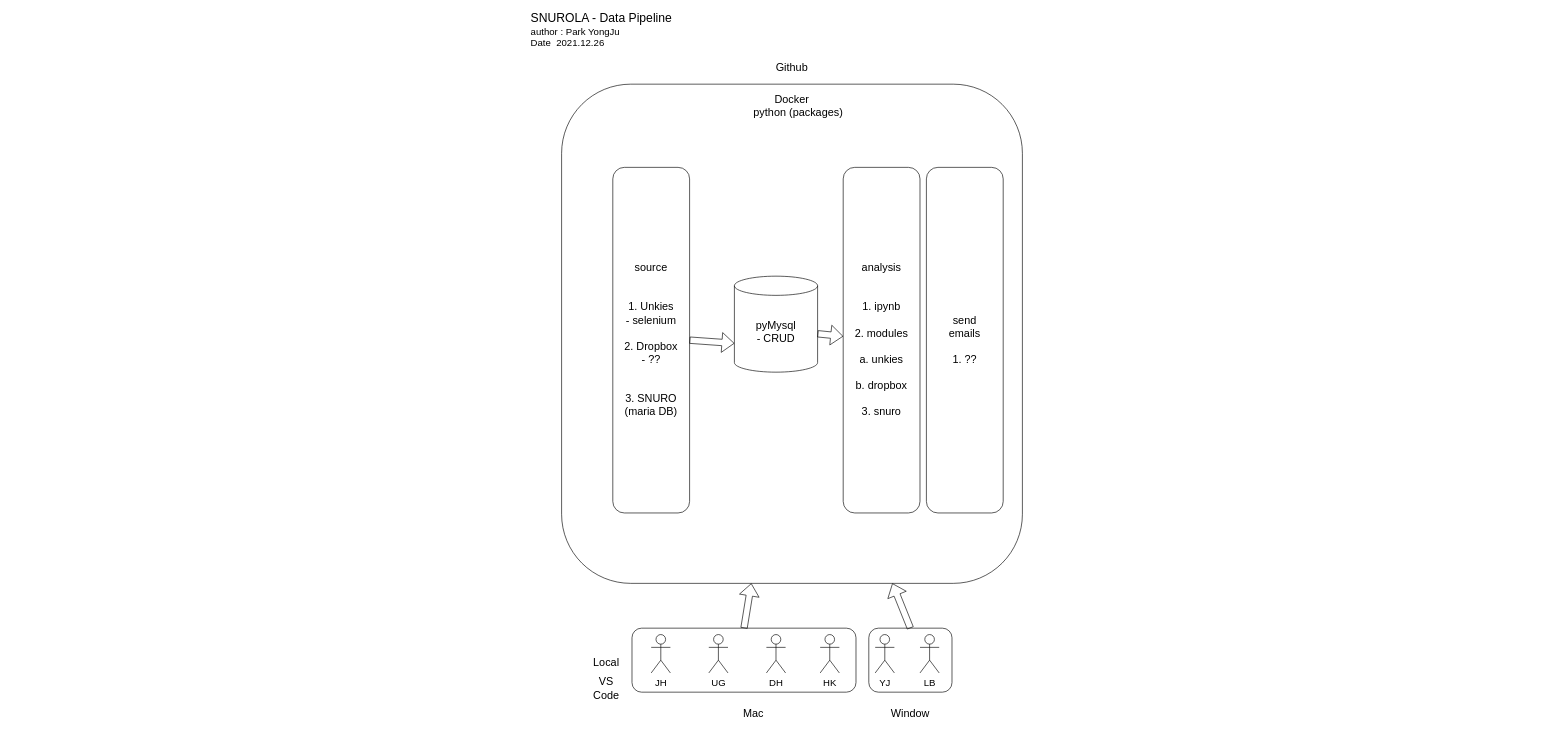
Before: Untitled Diagram.drawio in tomatozoo/DataStructure_2021_winter, a draw.io diagram. Source tidied: cells renumbered, new cells numbered last; positions are measured from the earlier drawing's top-left corner, leaving out a move shared by most shapes. Both pictures are drawn from the tidied source at 64%, with x=0, y=0 at pixel (529, 20).
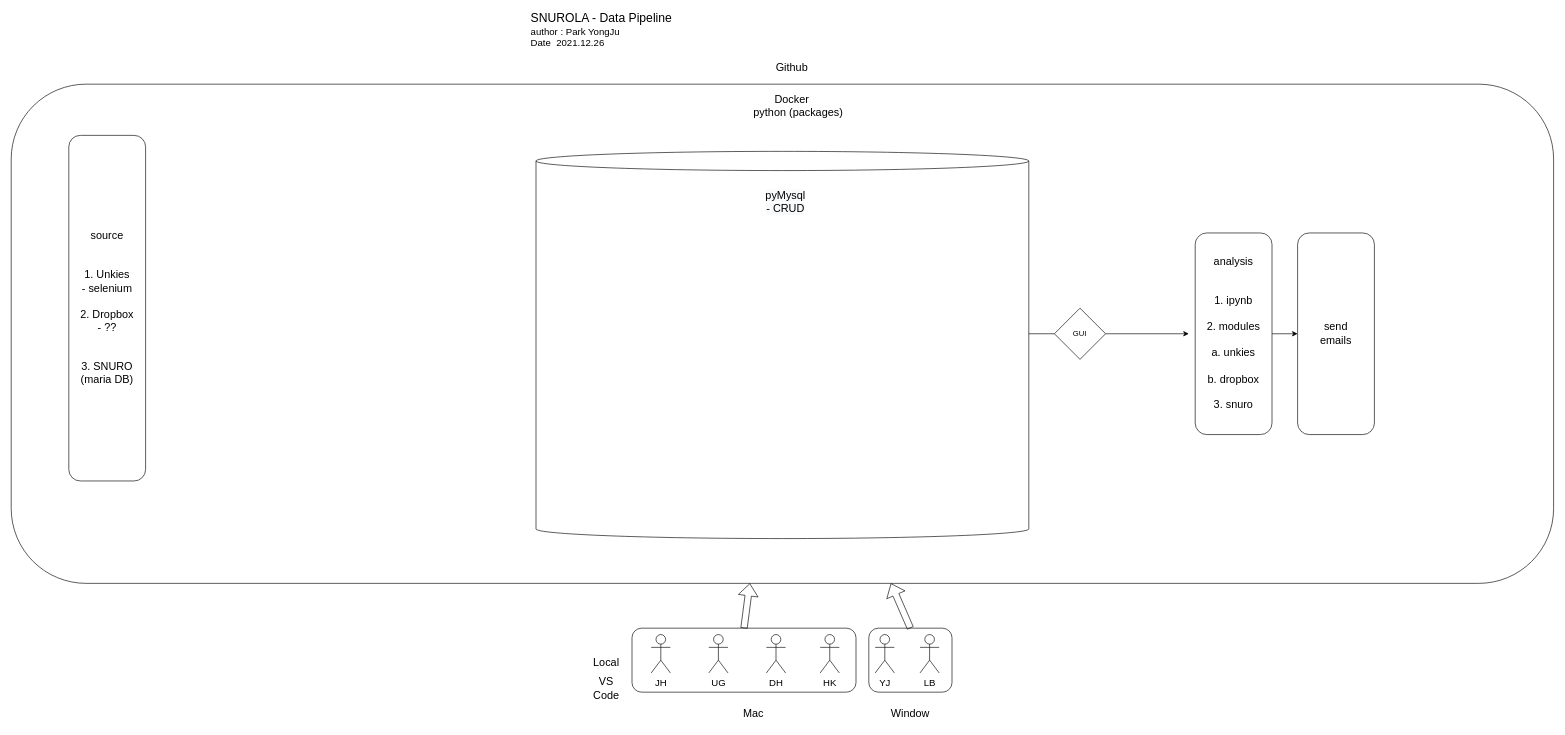
The same diagram, later.

Diff of the diagram source:
```diff
@@
     <mxCell id="14" style="rounded=1;whiteSpace=wrap;html=1;fontSize=17;fillColor=none;" parent="1" vertex="1">
-      <mxGeometry x="50" y="100" width="720" height="780" as="geometry" />
+      <mxGeometry x="-810" y="100" width="2410" height="780" as="geometry" />
     </mxCell>
@@
     <mxCell id="20" value="source&lt;br&gt;&lt;br&gt;&lt;br&gt;1. Unkies&lt;br&gt;- selenium&lt;br&gt;&lt;br&gt;2. Dropbox&lt;br&gt;- ??&lt;br&gt;&lt;br&gt;&lt;br&gt;3. SNURO&lt;br&gt;(maria DB)" style="rounded=1;whiteSpace=wrap;html=1;fontSize=17;fillColor=none;glass=1;" parent="1" vertex="1">
-      <mxGeometry x="130" y="230" width="120" height="540" as="geometry" />
+      <mxGeometry x="-720" y="180" width="120" height="540" as="geometry" />
     </mxCell>
     <mxCell id="21" value="analysis&lt;br&gt;&lt;br&gt;&lt;br&gt;1. ipynb&lt;br&gt;&lt;br&gt;2. modules&lt;br&gt;&lt;br&gt;a. unkies&lt;br&gt;&lt;br&gt;b. dropbox&lt;br&gt;&lt;br&gt;3. snuro" style="rounded=1;whiteSpace=wrap;html=1;fontSize=17;fillColor=none;" parent="1" vertex="1">
-      <mxGeometry x="490" y="230" width="120" height="540" as="geometry" />
+      <mxGeometry x="1040" y="332.5" width="120" height="315" as="geometry" />
     </mxCell>
-    <mxCell id="22" value="send&lt;br&gt;emails&lt;br&gt;&lt;br&gt;1. ??" style="rounded=1;whiteSpace=wrap;html=1;fontSize=17;fillColor=none;" parent="1" vertex="1">
-      <mxGeometry x="620" y="230" width="120" height="540" as="geometry" />
+    <mxCell id="22" value="send&lt;br&gt;emails" style="rounded=1;whiteSpace=wrap;html=1;fontSize=17;fillColor=none;" parent="1" vertex="1">
+      <mxGeometry x="1200" y="332.5" width="120" height="315" as="geometry" />
     </mxCell>
-    <mxCell id="23" value="pyMysql&lt;br&gt;- CRUD" style="shape=cylinder3;whiteSpace=wrap;html=1;boundedLbl=1;backgroundOutline=1;size=15;glass=1;fontSize=17;fillColor=none;" parent="1" vertex="1">
-      <mxGeometry x="320" y="400" width="130" height="150" as="geometry" />
+    <mxCell id="23" style="shape=cylinder3;whiteSpace=wrap;html=1;boundedLbl=1;backgroundOutline=1;size=15;glass=1;fontSize=17;fillColor=none;" parent="1" vertex="1">
+      <mxGeometry x="10" y="205" width="770" height="605" as="geometry" />
     </mxCell>
-    <mxCell id="24" style="shape=flexArrow;endArrow=classic;html=1;rounded=0;fontSize=17;exitX=1;exitY=0.5;exitDx=0;exitDy=0;entryX=0;entryY=0;entryDx=0;entryDy=105;entryPerimeter=0;" parent="1" edge="1" source="20" target="23">
-      <mxGeometry relative="1" as="geometry" />
-    </mxCell>
-    <mxCell id="25" style="shape=flexArrow;endArrow=classic;html=1;rounded=0;fontSize=17;" parent="1" edge="1" target="21">
-      <mxGeometry relative="1" as="geometry">
-        <mxPoint x="450" y="490" as="sourcePoint" />
-      </mxGeometry>
-    </mxCell>
@@
+    <mxCell id="27" value="GUI" style="rhombus;whiteSpace=wrap;html=1;" parent="1" vertex="1">
+      <mxGeometry x="820" y="450" width="80" height="80" as="geometry" />
+    </mxCell>
+    <mxCell id="28" style="endArrow=none;html=1;rounded=0;entryX=0;entryY=0.5;entryDx=0;entryDy=0;" parent="1" edge="1" target="27">
+      <mxGeometry relative="1" as="geometry">
+        <mxPoint x="780" y="490" as="sourcePoint" />
+      </mxGeometry>
+    </mxCell>
+    <mxCell id="29" style="endArrow=classic;html=1;rounded=0;entryX=1;entryY=0.5;entryDx=0;entryDy=0;exitX=1;exitY=0.5;exitDx=0;exitDy=0;" parent="1" edge="1" source="27">
+      <mxGeometry relative="1" as="geometry">
+        <mxPoint x="1030" y="490" as="targetPoint" />
+      </mxGeometry>
+    </mxCell>
+    <mxCell id="30" style="endArrow=classic;html=1;rounded=0;exitX=1;exitY=0.5;exitDx=0;exitDy=0;entryX=0;entryY=0.5;entryDx=0;entryDy=0;" parent="1" edge="1" source="21" target="22">
+      <mxGeometry relative="1" as="geometry" />
+    </mxCell>
+    <mxCell id="31" value="&#10;&#10;&lt;span style=&quot;color: rgb(0, 0, 0); font-family: helvetica; font-size: 17px; font-style: normal; font-weight: 400; letter-spacing: normal; text-align: center; text-indent: 0px; text-transform: none; word-spacing: 0px; background-color: rgb(248, 249, 250); display: inline; float: none;&quot;&gt;pyMysql&lt;/span&gt;&lt;br style=&quot;color: rgb(0, 0, 0); font-family: helvetica; font-size: 17px; font-style: normal; font-weight: 400; letter-spacing: normal; text-align: center; text-indent: 0px; text-transform: none; word-spacing: 0px; background-color: rgb(248, 249, 250);&quot;&gt;&lt;span style=&quot;color: rgb(0, 0, 0); font-family: helvetica; font-size: 17px; font-style: normal; font-weight: 400; letter-spacing: normal; text-align: center; text-indent: 0px; text-transform: none; word-spacing: 0px; background-color: rgb(248, 249, 250); display: inline; float: none;&quot;&gt;- CRUD&lt;/span&gt;&#10;&#10;" style="text;html=1;strokeColor=none;fillColor=none;align=center;verticalAlign=middle;whiteSpace=wrap;rounded=0;" parent="1" vertex="1">
+      <mxGeometry x="370" y="270" width="60" height="30" as="geometry" />
+    </mxCell>
```
